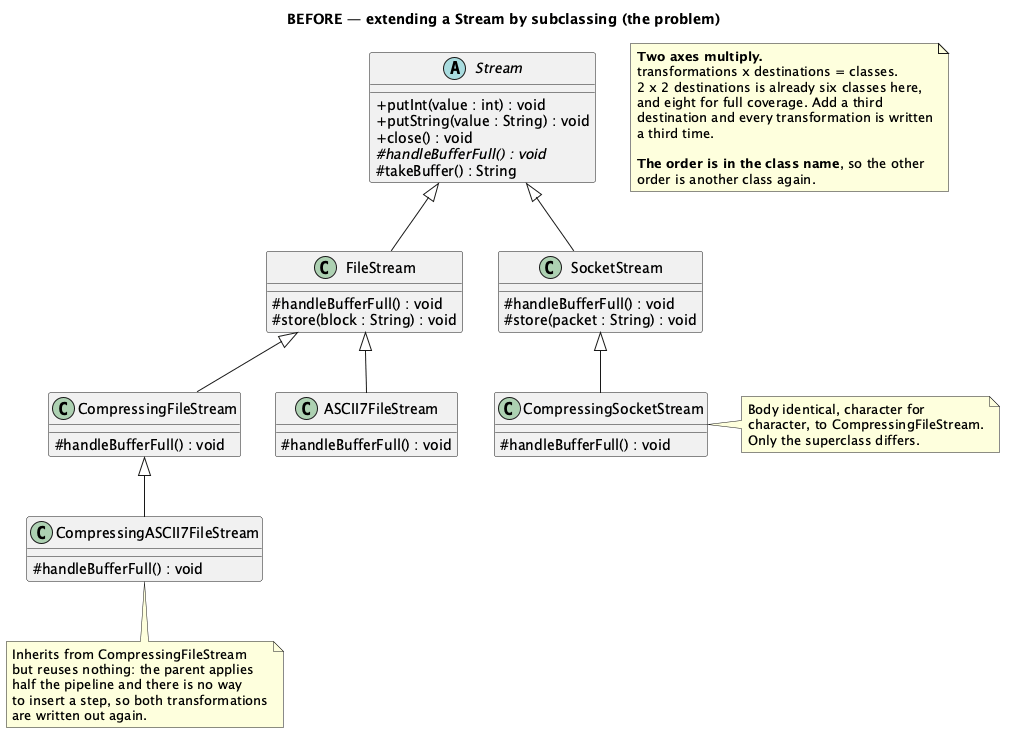
The PlantUML diagram src/main/java/dev/kaldiroglu/dp/structural/decorator/gof/stream/problem/uml/Decorator-Stream-Problem.png in kaldiroglu/DesignPatternsWithJava, before a commit.
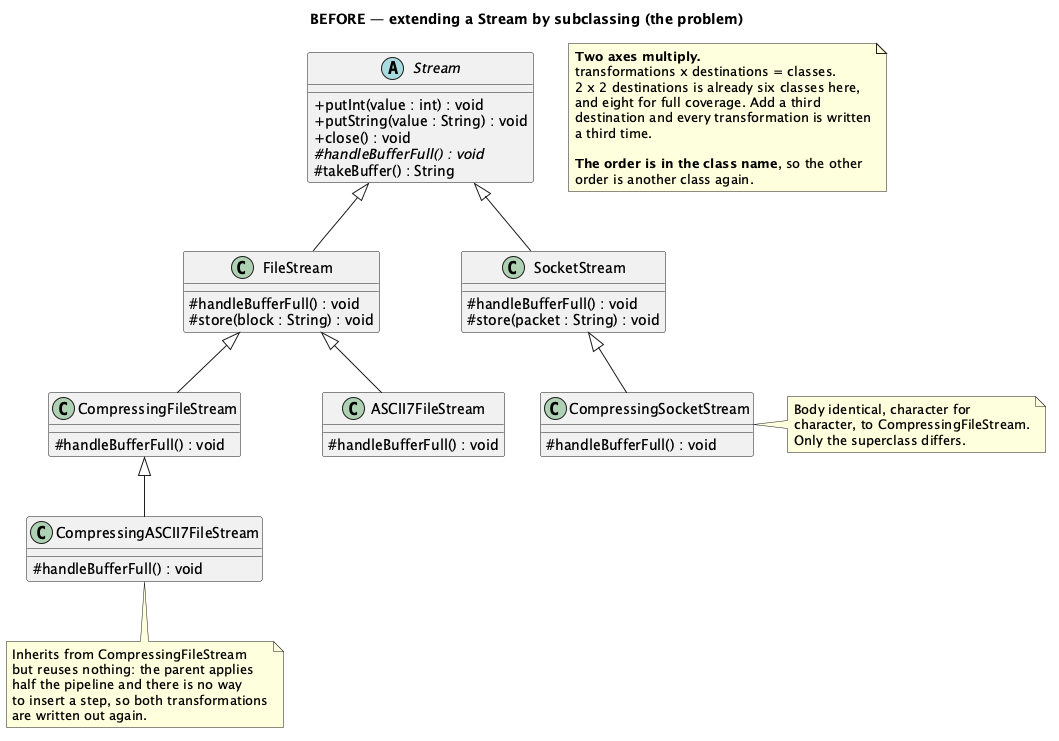
After the change.

Change to the diagram source:
```diff
@@ -1,4 +1,12 @@
-@startuml Decorator-Stream-Problem
+@startuml
+skinparam linetype polyline
+skinparam class {
+  BackgroundColor<<spacer>> transparent
+  BorderColor<<spacer>> transparent
+  FontColor<<spacer>> transparent
+}
+hide <<spacer>> stereotype
+hide <<spacer>> circle
 skinparam classAttributeIconSize 0
 title BEFORE — extending a Stream by subclassing (the problem)
 
@@ -69,4 +77,14 @@
   order is another class again.
 end note
 
+class " " as Spacer1 <<spacer>>
+Stream -[hidden]- Spacer1
+Stream -[hidden]- Spacer1
+FileStream -[hidden]right- Spacer1
+Spacer1 -[hidden]right- SocketStream
+class " " as Spacer2 <<spacer>>
+FileStream -[hidden]- Spacer2
+FileStream -[hidden]- Spacer2
+CompressingFileStream -[hidden]right- Spacer2
+Spacer2 -[hidden]right- ASCII7FileStream
 @enduml
```
